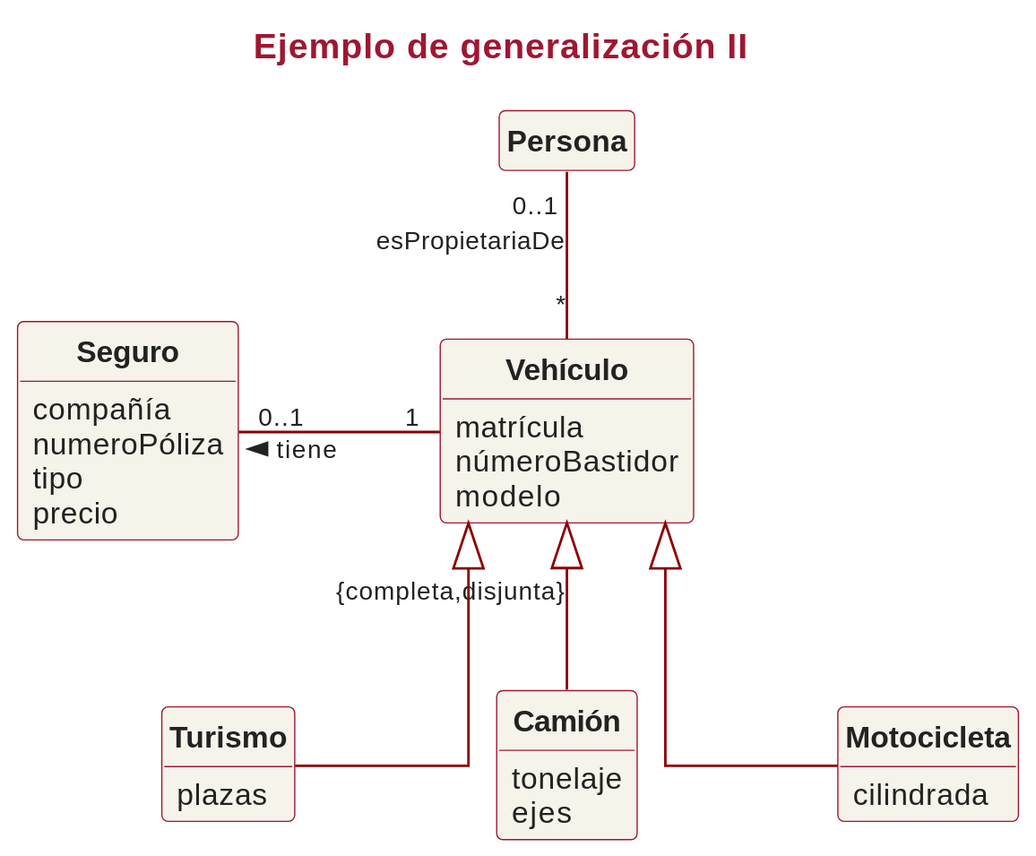
Above: assets/slides/iissi1/t6-introduccion-al-modelado-conceptual/puml/dc-ejemplo-generalizacion-II.svg in IISSI-US/web (PlantUML), before the change.
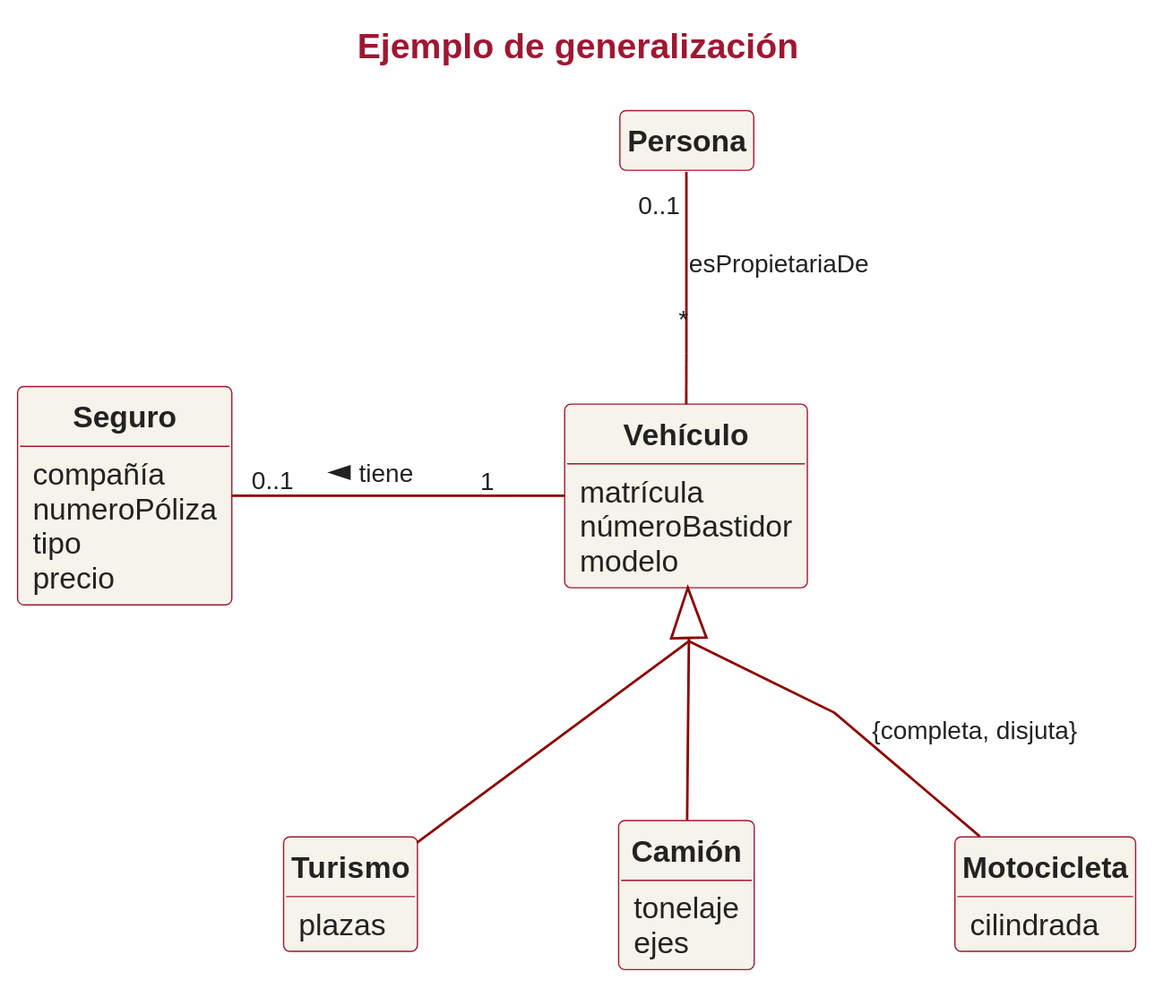
The same file after the commit.

The edit, as a diff of the source:
```diff
@@ -1,17 +1,33 @@
 @startuml
-title Ejemplo de generalización II
+title Ejemplo de generalización
 !include ../../puml/teoria.iuml
+skinparam linetype polyline
 
-!include Turismo2.iuml
-!include Camion2.iuml
-!include Motocicleta2.iuml
-!include Seguro.iuml
-!include Vehiculo.iuml
-
+Class Turismo{
+  plazas
+}
+Class Camión{
+  tonelaje
+  ejes
+}
+Class Motocicleta{
+  cilindrada
+}
+Class Seguro{
+  compañía
+  numeroPóliza
+  tipo
+  precio
+}
+Class Vehículo{
+  matrícula
+  númeroBastidor
+  modelo
+}
 
 Persona "0..1" -- "*" Vehículo :esPropietariaDe
 Vehículo "1" -l- "0..1" Seguro :tiene >
-Vehículo <|-- Motocicleta
-Vehículo <|-- Camión : {completa,disjunta}
+Vehículo <|-- Motocicleta: {completa, disjuta}
+Vehículo <|-- Camión
 Vehículo <|-- Turismo
 @enduml
```
